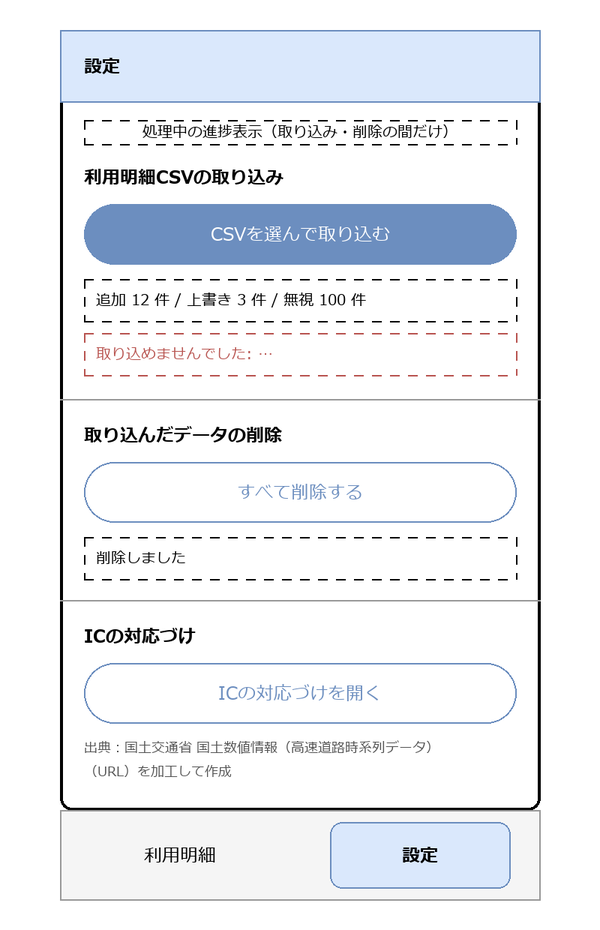
The draw.io diagram docs/systems/screens/images/SCR-001-settings.drawio.png in hnt1028/etc-meisai, before a commit. Source tidied: cells renumbered, new cells last; positions are measured from the earlier drawing's top-left corner, leaving out a move shared by most shapes.
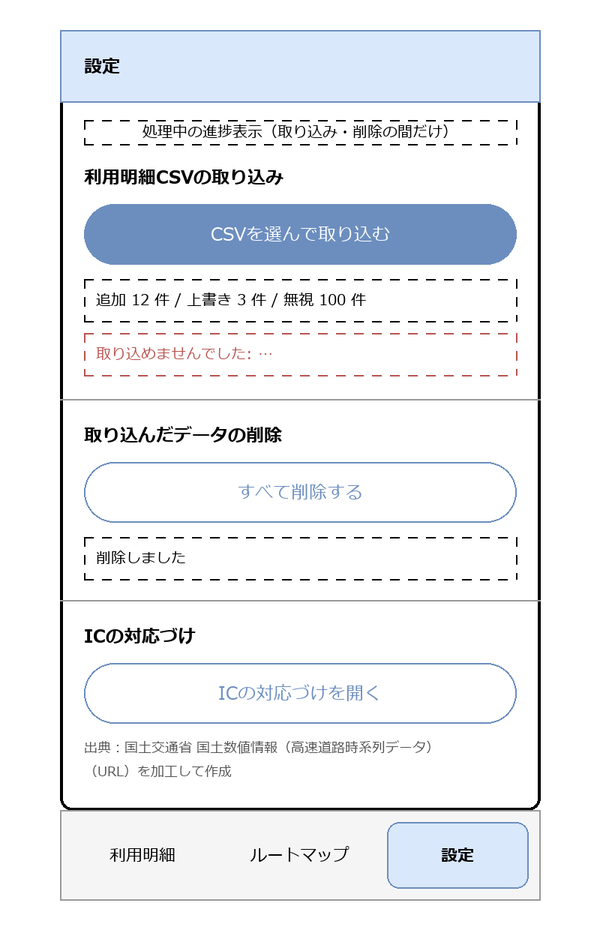
After the change.

Diff of the diagram source:
```diff
@@ -59,11 +59,14 @@
     <mxCell id="18" style="rounded=0;whiteSpace=wrap;html=1;fillColor=#f5f5f5;strokeColor=#999999;" parent="1" vertex="1">
       <mxGeometry y="520" width="320" height="60" as="geometry" />
     </mxCell>
-    <mxCell id="19" value="利用明細" style="rounded=1;whiteSpace=wrap;html=1;arcSize=40;fillColor=none;strokeColor=#f5f5f5;" parent="1" vertex="1">
-      <mxGeometry x="20" y="528" width="120" height="44" as="geometry" />
+    <mxCell id="19" value="利用明細" style="rounded=1;whiteSpace=wrap;html=1;arcSize=40;fontSize=11;fillColor=none;strokeColor=#f5f5f5;" parent="1" vertex="1">
+      <mxGeometry x="8" y="528" width="94" height="44" as="geometry" />
     </mxCell>
-    <mxCell id="20" value="設定" style="rounded=1;whiteSpace=wrap;html=1;arcSize=40;fillColor=#dae8fc;strokeColor=#6c8ebf;fontStyle=1;" parent="1" vertex="1">
-      <mxGeometry x="180" y="528" width="120" height="44" as="geometry" />
+    <mxCell id="20" value="ルートマップ" style="rounded=1;whiteSpace=wrap;html=1;arcSize=40;fontSize=11;fillColor=none;strokeColor=#f5f5f5;" parent="1" vertex="1">
+      <mxGeometry x="113" y="528" width="94" height="44" as="geometry" />
     </mxCell>
+    <mxCell id="21" value="設定" style="rounded=1;whiteSpace=wrap;html=1;arcSize=40;fontSize=11;fillColor=#dae8fc;strokeColor=#6c8ebf;fontStyle=1;" parent="1" vertex="1">
+      <mxGeometry x="218" y="528" width="94" height="44" as="geometry" />
+    </mxCell>
   </root>
 </mxGraphModel>
```
